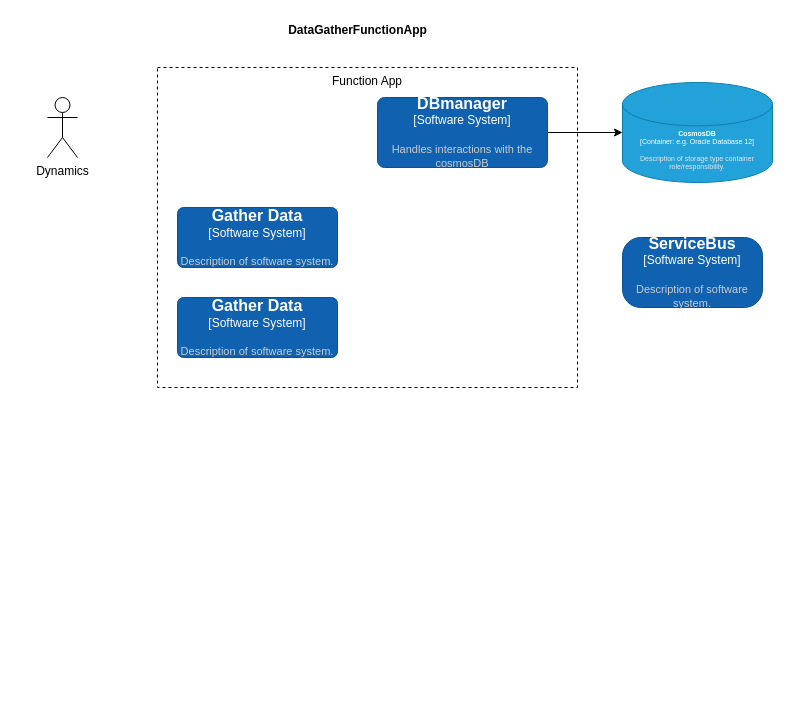
M1llns/M1llns keeps this draw.io diagram as DataGatherApp.drawio. Above is the earlier version. Source tidied: cells renumbered, new cells numbered last; positions are measured from the earlier drawing's top-left corner, leaving out a move shared by most shapes. Both pictures are drawn from the tidied source at 100%, with x=0, y=0 at pixel (47, 17).
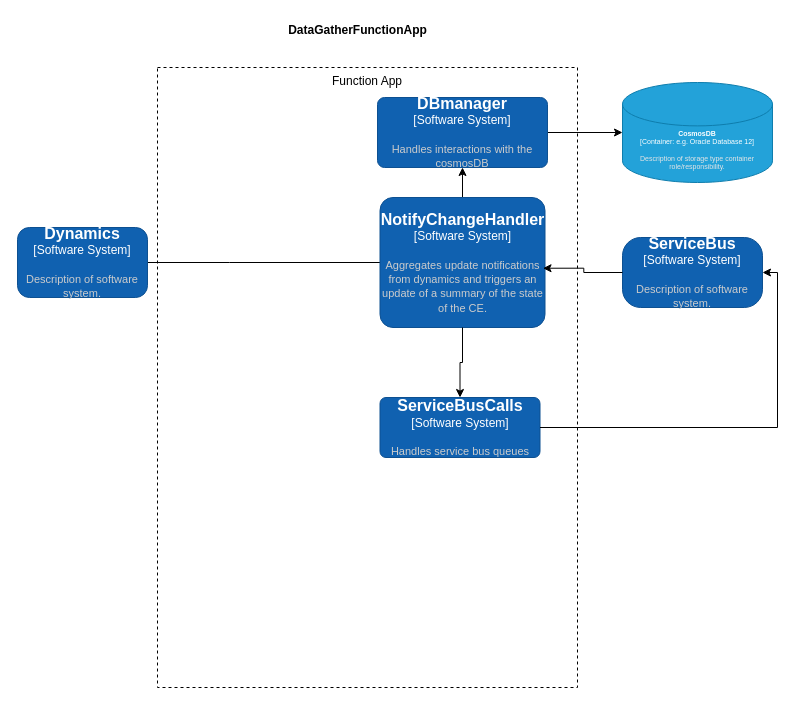
After the change.

Unchanged cells that the change refers to:
```xml
<object id="6" label="&lt;font style=&quot;font-size: 16px&quot;&gt;&lt;b&gt;%c4Name%&lt;/b&gt;&lt;/font&gt;&lt;div&gt;[%c4Type%]&lt;/div&gt;&lt;br&gt;&lt;div&gt;&lt;font style=&quot;font-size: 11px&quot;&gt;&lt;font color=&quot;#cccccc&quot;&gt;%c4Description%&lt;/font&gt;&lt;/div&gt;" c4Description="Description of software system." c4Name="ServiceBus" c4Type="Software System" placeholders="1">
  <mxCell style="rounded=1;whiteSpace=wrap;html=1;labelBackgroundColor=none;fillColor=#1061B0;fontColor=#ffffff;align=center;arcSize=26;strokeColor=#0D5091;points=[[0.25,0,0],[0.5,0,0],[0.75,0,0],[1,0.25,0],[1,0.5,0],[1,0.75,0],[0.75,1,0],[0.5,1,0],[0.25,1,0],[0,0.75,0],[0,0.5,0],[0,0.25,0]];" parent="1" vertex="1">
    <mxGeometry x="575" y="220" width="140" height="70" as="geometry" />
  </mxCell>
</object>
<object id="8" label="&lt;font style=&quot;font-size: 16px&quot;&gt;&lt;b&gt;%c4Name%&lt;/b&gt;&lt;/font&gt;&lt;div&gt;[%c4Type%]&lt;/div&gt;&lt;br&gt;&lt;div&gt;&lt;font style=&quot;font-size: 11px&quot;&gt;&lt;font color=&quot;#cccccc&quot;&gt;%c4Description%&lt;/font&gt;&lt;/div&gt;" c4Description="Handles interactions with the cosmosDB" c4Name="DBmanager" c4Type="Software System" placeholders="1">
  <mxCell style="rounded=1;whiteSpace=wrap;html=1;labelBackgroundColor=none;fillColor=#1061B0;fontColor=#ffffff;align=center;arcSize=10;strokeColor=#0D5091;points=[[0.25,0,0],[0.5,0,0],[0.75,0,0],[1,0.25,0],[1,0.5,0],[1,0.75,0],[0.75,1,0],[0.5,1,0],[0.25,1,0],[0,0.75,0],[0,0.5,0],[0,0.25,0]];" parent="1" vertex="1">
    <mxGeometry x="330" y="80" width="170" height="70" as="geometry" />
  </mxCell>
</object>
```

Diff of the diagram source:
```diff
@@
     <mxCell id="2" value="Function App" style="rounded=0;whiteSpace=wrap;html=1;verticalAlign=top;dashed=1;" parent="1" vertex="1">
-      <mxGeometry x="110" y="50" width="420" height="320" as="geometry" />
+      <mxGeometry x="110" y="50" width="420" height="620" as="geometry" />
     </mxCell>
@@
-    <mxCell id="4" value="Dynamics" style="shape=umlActor;verticalLabelPosition=bottom;verticalAlign=top;html=1;" parent="1" vertex="1">
-      <mxGeometry y="80" width="30" height="60" as="geometry" />
-    </mxCell>
@@
+    <mxCell id="11" style="edgeStyle=orthogonalEdgeStyle;rounded=0;jettySize=auto;html=1;" parent="1" edge="1" source="9">
+      <mxGeometry relative="1" as="geometry">
+        <mxPoint x="30" y="245" as="targetPoint" />
+      </mxGeometry>
+    </mxCell>
+    <mxCell id="12" style="edgeStyle=orthogonalEdgeStyle;rounded=0;jettySize=auto;html=1;" parent="1" edge="1" source="9" target="8">
+      <mxGeometry relative="1" as="geometry" />
+    </mxCell>
-    <object id="9" label="&lt;font style=&quot;font-size: 16px&quot;&gt;&lt;b&gt;%c4Name%&lt;/b&gt;&lt;/font&gt;&lt;div&gt;[%c4Type%]&lt;/div&gt;&lt;br&gt;&lt;div&gt;&lt;font style=&quot;font-size: 11px&quot;&gt;&lt;font color=&quot;#cccccc&quot;&gt;%c4Description%&lt;/font&gt;&lt;/div&gt;" c4Description="Description of software system." c4Name="Gather Data" c4Type="Software System" placeholders="1">
+    <object id="9" label="&lt;font style=&quot;font-size: 16px&quot;&gt;&lt;b&gt;%c4Name%&lt;/b&gt;&lt;/font&gt;&lt;div&gt;[%c4Type%]&lt;/div&gt;&lt;br&gt;&lt;div&gt;&lt;font style=&quot;font-size: 11px&quot;&gt;&lt;font color=&quot;#cccccc&quot;&gt;%c4Description%&lt;/font&gt;&lt;/div&gt;" c4Description="Aggregates update notifications from dynamics and triggers an update of a summary of the state of the CE." c4Name="NotifyChangeHandler" c4Type="Software System" placeholders="1">
       <mxCell style="rounded=1;whiteSpace=wrap;html=1;labelBackgroundColor=none;fillColor=#1061B0;fontColor=#ffffff;align=center;arcSize=10;strokeColor=#0D5091;points=[[0.25,0,0],[0.5,0,0],[0.75,0,0],[1,0.25,0],[1,0.5,0],[1,0.75,0],[0.75,1,0],[0.5,1,0],[0.25,1,0],[0,0.75,0],[0,0.5,0],[0,0.25,0]];" parent="1" vertex="1">
-        <mxGeometry x="130" y="280" width="160" height="60" as="geometry" />
+        <mxGeometry x="332.5" y="180" width="165" height="130" as="geometry" />
       </mxCell>
     </object>
-    <object id="10" label="&lt;font style=&quot;font-size: 16px&quot;&gt;&lt;b&gt;%c4Name%&lt;/b&gt;&lt;/font&gt;&lt;div&gt;[%c4Type%]&lt;/div&gt;&lt;br&gt;&lt;div&gt;&lt;font style=&quot;font-size: 11px&quot;&gt;&lt;font color=&quot;#cccccc&quot;&gt;%c4Description%&lt;/font&gt;&lt;/div&gt;" c4Description="Description of software system." c4Name="Gather Data" c4Type="Software System" placeholders="1">
+    <object id="10" label="&lt;font style=&quot;font-size: 16px&quot;&gt;&lt;b&gt;%c4Name%&lt;/b&gt;&lt;/font&gt;&lt;div&gt;[%c4Type%]&lt;/div&gt;&lt;br&gt;&lt;div&gt;&lt;font style=&quot;font-size: 11px&quot;&gt;&lt;font color=&quot;#cccccc&quot;&gt;%c4Description%&lt;/font&gt;&lt;/div&gt;" c4Description="Handles service bus queues" c4Name="ServiceBusCalls" c4Type="Software System" placeholders="1">
       <mxCell style="rounded=1;whiteSpace=wrap;html=1;labelBackgroundColor=none;fillColor=#1061B0;fontColor=#ffffff;align=center;arcSize=10;strokeColor=#0D5091;points=[[0.25,0,0],[0.5,0,0],[0.75,0,0],[1,0.25,0],[1,0.5,0],[1,0.75,0],[0.75,1,0],[0.5,1,0],[0.25,1,0],[0,0.75,0],[0,0.5,0],[0,0.25,0]];" parent="1" vertex="1">
-        <mxGeometry x="130" y="190" width="160" height="60" as="geometry" />
+        <mxGeometry x="332.5" y="380" width="160" height="60" as="geometry" />
       </mxCell>
     </object>
+    <mxCell id="13" style="edgeStyle=orthogonalEdgeStyle;rounded=0;jettySize=auto;html=1;entryX=1;entryY=0.5;entryDx=0;entryDy=0;entryPerimeter=0;" parent="1" edge="1" source="10" target="6">
+      <mxGeometry relative="1" as="geometry">
+        <Array as="points">
+          <mxPoint x="730" y="410" />
+          <mxPoint x="730" y="255" />
+        </Array>
+      </mxGeometry>
+    </mxCell>
+    <mxCell id="14" style="edgeStyle=orthogonalEdgeStyle;rounded=0;jettySize=auto;html=1;entryX=0.988;entryY=0.544;entryDx=0;entryDy=0;entryPerimeter=0;" parent="1" edge="1" source="6" target="9">
+      <mxGeometry relative="1" as="geometry" />
+    </mxCell>
+    <mxCell id="15" style="edgeStyle=orthogonalEdgeStyle;rounded=0;jettySize=auto;html=1;entryX=0.5;entryY=0;entryDx=0;entryDy=0;entryPerimeter=0;" parent="1" edge="1" source="9" target="10">
+      <mxGeometry relative="1" as="geometry" />
+    </mxCell>
+    <object id="16" label="&lt;font style=&quot;font-size: 16px&quot;&gt;&lt;b&gt;%c4Name%&lt;/b&gt;&lt;/font&gt;&lt;div&gt;[%c4Type%]&lt;/div&gt;&lt;br&gt;&lt;div&gt;&lt;font style=&quot;font-size: 11px&quot;&gt;&lt;font color=&quot;#cccccc&quot;&gt;%c4Description%&lt;/font&gt;&lt;/div&gt;" c4Description="Description of software system." c4Name="Dynamics" c4Type="Software System" placeholders="1">
+      <mxCell style="rounded=1;whiteSpace=wrap;html=1;labelBackgroundColor=none;fillColor=#1061B0;fontColor=#ffffff;align=center;arcSize=17;strokeColor=#0D5091;" parent="1" vertex="1">
+        <mxGeometry x="-30" y="210" width="130" height="70" as="geometry" />
+      </mxCell>
+    </object>
```
